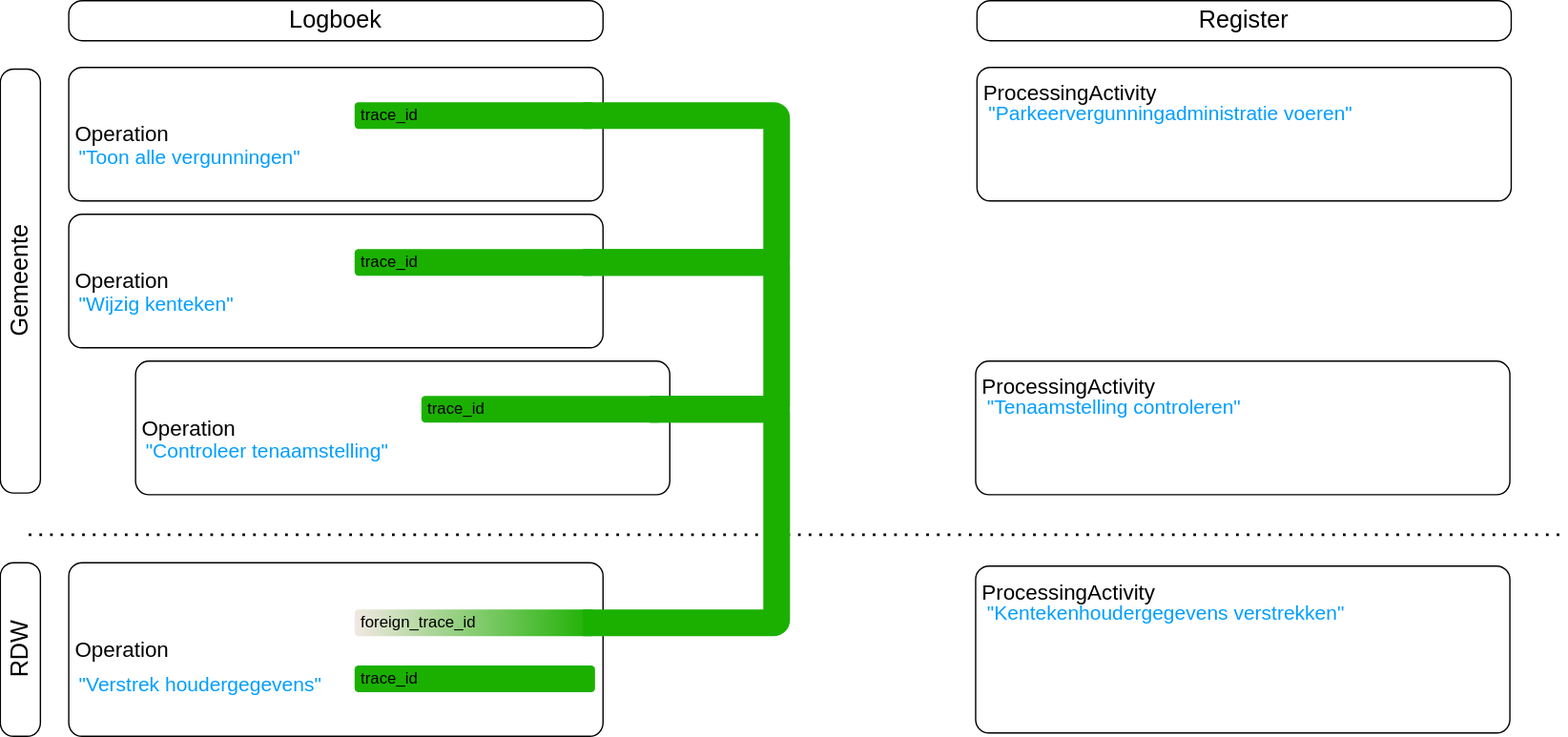
Above: media/relatie_logboekelementen_afbeelding12.svg in Logius-standaarden/logboek-dataverwerkingen-inleiding (draw.io), before the change. Source tidied: cells renumbered, new cells last; positions are measured from the earlier drawing's top-left corner, leaving out a move shared by most shapes. Source of this version:
```xml
<mxGraphModel>
  <root>
    <mxCell id="0" />
    <mxCell id="1" parent="0" />
    <mxCell id="2" value="Operation" style="rounded=1;whiteSpace=wrap;html=1;align=left;fontSize=16;spacing=5;absoluteArcSize=1;fillColor=none;" parent="1" vertex="1">
      <mxGeometry x="195" y="50" width="400" height="100" as="geometry" />
    </mxCell>
    <mxCell id="3" value="trace_id" style="rounded=1;whiteSpace=wrap;html=1;strokeColor=none;fillColor=#1BB000;points=[[0,0,0,0,0],[0,0.25,0,0,0],[0,0.75,0,0,0],[0,1,0,0,0],[0.05,0.5,0,0,0],[0.25,0,0,0,0],[0.25,1,0,0,0],[0.5,0,0,0,0],[0.5,1,0,0,0],[0.75,0,0,0,0],[0.75,1,0,0,0],[0.95,0.5,0,0,0],[1,0,0,0,0],[1,0.25,0,0,0],[1,0.75,0,0,0],[1,1,0,0,0]];align=left;spacing=5;" parent="1" vertex="1">
      <mxGeometry x="409" y="76" width="180" height="20" as="geometry" />
    </mxCell>
    <mxCell id="4" value="&quot;Toon alle vergunningen&quot;" style="text;html=1;align=left;verticalAlign=middle;whiteSpace=wrap;rounded=0;fontStyle=0;fontSize=15;fontColor=#009EFF;" parent="1" vertex="1">
      <mxGeometry x="201" y="102" width="204" height="30" as="geometry" />
    </mxCell>
    <mxCell id="5" value="Operation" style="rounded=1;whiteSpace=wrap;html=1;align=left;fontSize=16;spacing=5;absoluteArcSize=1;fillColor=none;" parent="1" vertex="1">
      <mxGeometry x="195" y="160" width="400" height="100" as="geometry" />
    </mxCell>
    <mxCell id="6" value="trace_id" style="rounded=1;whiteSpace=wrap;html=1;strokeColor=none;fillColor=#1BB000;points=[[0,0,0,0,0],[0,0.25,0,0,0],[0,0.75,0,0,0],[0,1,0,0,0],[0.05,0.5,0,0,0],[0.25,0,0,0,0],[0.25,1,0,0,0],[0.5,0,0,0,0],[0.5,1,0,0,0],[0.75,0,0,0,0],[0.75,1,0,0,0],[0.95,0.5,0,0,0],[1,0,0,0,0],[1,0.25,0,0,0],[1,0.75,0,0,0],[1,1,0,0,0]];align=left;spacing=5;" parent="1" vertex="1">
      <mxGeometry x="409" y="186" width="180" height="20" as="geometry" />
    </mxCell>
    <mxCell id="7" value="&quot;Wijzig kenteken&quot;" style="text;html=1;align=left;verticalAlign=middle;whiteSpace=wrap;rounded=0;fontStyle=0;fontSize=15;fontColor=#009EFF;" parent="1" vertex="1">
      <mxGeometry x="201" y="212" width="204" height="30" as="geometry" />
    </mxCell>
    <mxCell id="8" value="Operation" style="rounded=1;whiteSpace=wrap;html=1;align=left;fontSize=16;spacing=5;absoluteArcSize=1;fillColor=none;" parent="1" vertex="1">
      <mxGeometry x="245" y="270" width="400" height="100" as="geometry" />
    </mxCell>
    <mxCell id="9" value="trace_id" style="rounded=1;whiteSpace=wrap;html=1;strokeColor=none;fillColor=#1BB000;points=[[0,0,0,0,0],[0,0.25,0,0,0],[0,0.75,0,0,0],[0,1,0,0,0],[0.05,0.5,0,0,0],[0.25,0,0,0,0],[0.25,1,0,0,0],[0.5,0,0,0,0],[0.5,1,0,0,0],[0.75,0,0,0,0],[0.75,1,0,0,0],[0.95,0.5,0,0,0],[1,0,0,0,0],[1,0.25,0,0,0],[1,0.75,0,0,0],[1,1,0,0,0]];align=left;spacing=5;" parent="1" vertex="1">
      <mxGeometry x="459" y="296" width="180" height="20" as="geometry" />
    </mxCell>
    <mxCell id="10" value="&quot;Controleer tenaamstelling&quot;" style="text;html=1;align=left;verticalAlign=middle;whiteSpace=wrap;rounded=0;fontStyle=0;fontSize=15;fontColor=#009EFF;" parent="1" vertex="1">
      <mxGeometry x="251" y="322" width="204" height="30" as="geometry" />
    </mxCell>
    <mxCell id="11" value="Operation" style="rounded=1;whiteSpace=wrap;html=1;align=left;fontSize=16;spacing=5;absoluteArcSize=1;fillColor=none;" parent="1" vertex="1">
      <mxGeometry x="195" y="421" width="400" height="130" as="geometry" />
    </mxCell>
    <mxCell id="12" value="foreign_trace_id" style="rounded=1;whiteSpace=wrap;html=1;strokeColor=none;fillColor=#1BB000;points=[[0,0,0,0,0],[0,0.25,0,0,0],[0,0.75,0,0,0],[0,1,0,0,0],[0.05,0.5,0,0,0],[0.25,0,0,0,0],[0.25,1,0,0,0],[0.5,0,0,0,0],[0.5,1,0,0,0],[0.75,0,0,0,0],[0.75,1,0,0,0],[0.95,0.5,0,0,0],[1,0,0,0,0],[1,0.25,0,0,0],[1,0.75,0,0,0],[1,1,0,0,0]];align=left;spacing=5;gradientColor=#F1E8E2;gradientDirection=west;" parent="1" vertex="1">
      <mxGeometry x="409" y="456" width="180" height="20" as="geometry" />
    </mxCell>
    <mxCell id="13" value="&quot;Verstrek houdergegevens&quot;" style="text;html=1;align=left;verticalAlign=middle;whiteSpace=wrap;rounded=0;fontStyle=0;fontSize=15;fontColor=#009EFF;" parent="1" vertex="1">
      <mxGeometry x="201" y="497" width="204" height="30" as="geometry" />
    </mxCell>
    <mxCell id="14" style="edgeStyle=orthogonalEdgeStyle;rounded=1;jettySize=auto;html=1;entryX=0.95;entryY=0.5;entryDx=0;entryDy=0;entryPerimeter=0;endArrow=none;startFill=0;strokeWidth=20;exitX=0.95;exitY=0.5;exitDx=0;exitDy=0;exitPerimeter=0;strokeColor=#1BB000;curved=0;arcSize=5;" parent="1" edge="1" source="3" target="6">
      <mxGeometry relative="1" as="geometry">
        <Array as="points">
          <mxPoint x="725" y="86" />
          <mxPoint x="725" y="196" />
        </Array>
      </mxGeometry>
    </mxCell>
    <mxCell id="15" style="edgeStyle=orthogonalEdgeStyle;rounded=1;jettySize=auto;html=1;endArrow=none;startFill=0;strokeWidth=20;strokeColor=#1BB000;curved=0;arcSize=5;entryX=0.95;entryY=0.5;entryDx=0;entryDy=0;entryPerimeter=0;exitX=0.95;exitY=0.5;exitDx=0;exitDy=0;exitPerimeter=0;" parent="1" edge="1" source="6" target="9">
      <mxGeometry relative="1" as="geometry">
        <Array as="points">
          <mxPoint x="725" y="196" />
          <mxPoint x="725" y="306" />
        </Array>
      </mxGeometry>
    </mxCell>
    <mxCell id="16" value="ProcessingActivity" style="rounded=1;whiteSpace=wrap;html=1;align=left;fontSize=16;spacing=5;absoluteArcSize=1;verticalAlign=top;fillColor=none;" parent="1" vertex="1">
      <mxGeometry x="875" y="50" width="400" height="100" as="geometry" />
    </mxCell>
    <mxCell id="17" value="&quot;Parkeervergunningadministratie voeren&quot;" style="text;html=1;align=left;verticalAlign=middle;whiteSpace=wrap;rounded=0;fontStyle=0;fontSize=15;fontColor=#009EFF;" parent="1" vertex="1">
      <mxGeometry x="882" y="69" width="374" height="30" as="geometry" />
    </mxCell>
    <mxCell id="18" value="ProcessingActivity" style="rounded=1;whiteSpace=wrap;html=1;align=left;fontSize=16;spacing=5;absoluteArcSize=1;verticalAlign=top;fillColor=none;" parent="1" vertex="1">
      <mxGeometry x="874" y="270" width="400" height="100" as="geometry" />
    </mxCell>
    <mxCell id="19" value="&quot;Tenaamstelling controleren&quot;" style="text;html=1;align=left;verticalAlign=middle;whiteSpace=wrap;rounded=0;fontStyle=0;fontSize=15;fontColor=#009EFF;" parent="1" vertex="1">
      <mxGeometry x="881" y="289" width="374" height="30" as="geometry" />
    </mxCell>
    <mxCell id="20" value="ProcessingActivity" style="rounded=1;whiteSpace=wrap;html=1;align=left;fontSize=16;spacing=5;absoluteArcSize=1;verticalAlign=top;fillColor=none;" parent="1" vertex="1">
      <mxGeometry x="874" y="423.5" width="400" height="125" as="geometry" />
    </mxCell>
    <mxCell id="21" style="endArrow=none;dashed=1;html=1;dashPattern=1 3;strokeWidth=2;rounded=0;" parent="1" edge="1">
      <mxGeometry relative="1" as="geometry">
        <mxPoint x="165" y="400" as="sourcePoint" />
        <mxPoint x="1315" y="400" as="targetPoint" />
      </mxGeometry>
    </mxCell>
    <mxCell id="22" value="Gemeente" style="text;html=1;align=center;verticalAlign=middle;whiteSpace=wrap;rounded=1;rotation=-90;fontSize=18;fillColor=none;strokeColor=default;absoluteArcSize=1;" parent="1" vertex="1">
      <mxGeometry y="195" width="317.5" height="30" as="geometry" />
    </mxCell>
    <mxCell id="23" value="RDW" style="text;html=1;align=center;verticalAlign=middle;whiteSpace=wrap;rounded=1;rotation=-90;fontSize=18;fillColor=none;strokeColor=default;absoluteArcSize=1;" parent="1" vertex="1">
      <mxGeometry x="93.8" y="471" width="130" height="30" as="geometry" />
    </mxCell>
    <mxCell id="24" value="Logboek" style="text;html=1;align=center;verticalAlign=middle;whiteSpace=wrap;rounded=1;rotation=0;fontSize=18;fillColor=none;strokeColor=default;absoluteArcSize=1;" parent="1" vertex="1">
      <mxGeometry x="195" width="400" height="30" as="geometry" />
    </mxCell>
    <mxCell id="25" value="Register" style="text;html=1;align=center;verticalAlign=middle;whiteSpace=wrap;rounded=1;rotation=0;fontSize=18;fillColor=none;strokeColor=default;absoluteArcSize=1;" parent="1" vertex="1">
      <mxGeometry x="875" width="400" height="30" as="geometry" />
    </mxCell>
    <mxCell id="26" value="trace_id" style="rounded=1;whiteSpace=wrap;html=1;strokeColor=none;fillColor=#1BB000;align=left;spacing=5;" parent="1" vertex="1">
      <mxGeometry x="409" y="498" width="180" height="20" as="geometry" />
    </mxCell>
    <mxCell id="27" style="edgeStyle=orthogonalEdgeStyle;rounded=1;jettySize=auto;html=1;endArrow=none;startFill=0;strokeWidth=20;strokeColor=#1BB000;curved=0;arcSize=5;entryX=0.95;entryY=0.5;entryDx=0;entryDy=0;entryPerimeter=0;exitX=0.95;exitY=0.5;exitDx=0;exitDy=0;exitPerimeter=0;" parent="1" edge="1" source="9" target="12">
      <mxGeometry relative="1" as="geometry">
        <Array as="points">
          <mxPoint x="725" y="306" />
          <mxPoint x="725" y="466" />
        </Array>
      </mxGeometry>
    </mxCell>
    <mxCell id="28" value="&quot;Kentekenhoudergegevens verstrekken&quot;" style="text;html=1;align=left;verticalAlign=middle;whiteSpace=wrap;rounded=0;fontStyle=0;fontSize=15;fontColor=#009EFF;" parent="1" vertex="1">
      <mxGeometry x="881" y="442.5" width="374" height="30" as="geometry" />
    </mxCell>
  </root>
</mxGraphModel>
```
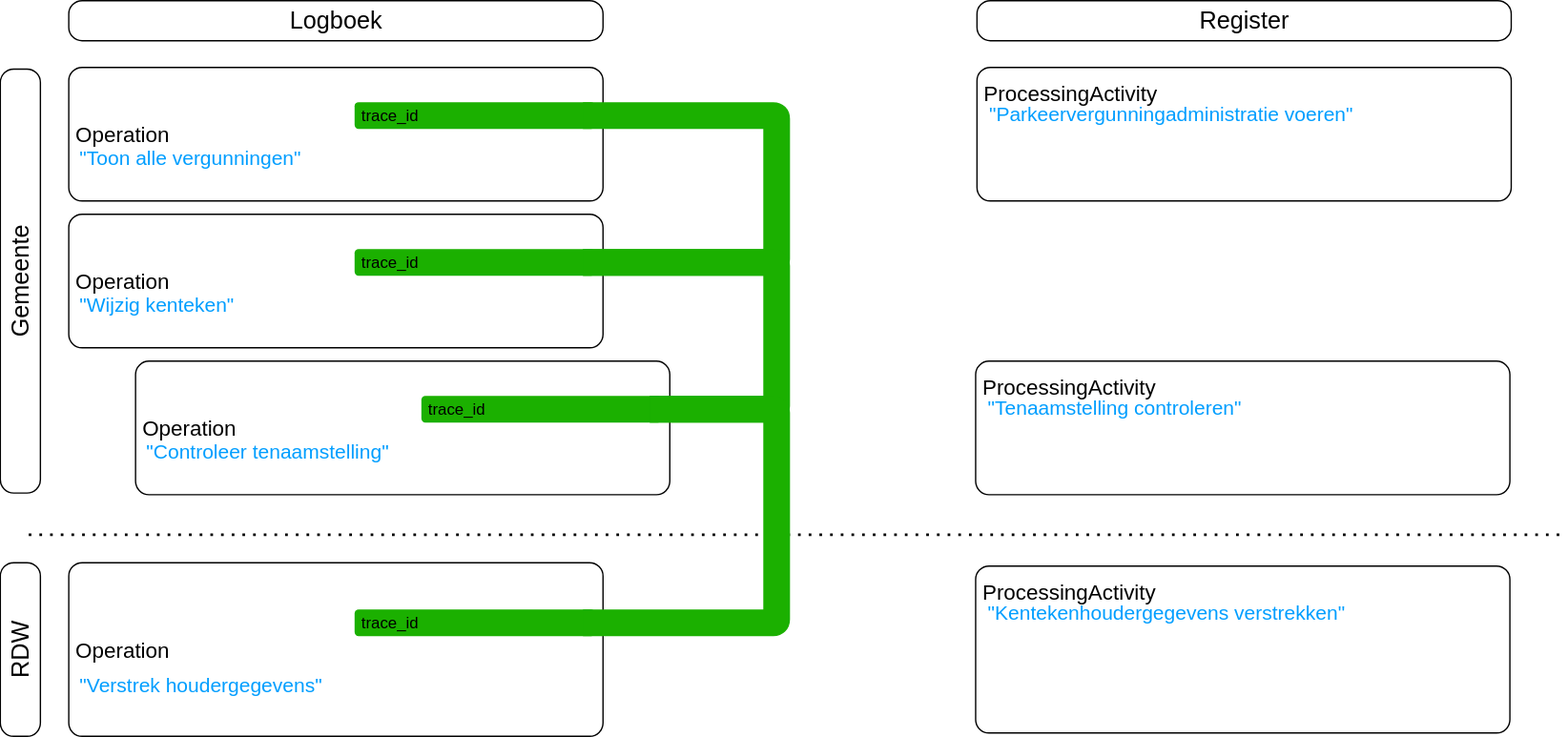
The same diagram one commit later.

Commit message:
Aanpassing Inleiding document: Verwijderen Foreign_TraceId (#39)

The edit, as a diff of the source:
```diff
@@ -32,7 +32,7 @@
     <mxCell id="11" value="Operation" style="rounded=1;whiteSpace=wrap;html=1;align=left;fontSize=16;spacing=5;absoluteArcSize=1;fillColor=none;" parent="1" vertex="1">
       <mxGeometry x="195" y="421" width="400" height="130" as="geometry" />
     </mxCell>
-    <mxCell id="12" value="foreign_trace_id" style="rounded=1;whiteSpace=wrap;html=1;strokeColor=none;fillColor=#1BB000;points=[[0,0,0,0,0],[0,0.25,0,0,0],[0,0.75,0,0,0],[0,1,0,0,0],[0.05,0.5,0,0,0],[0.25,0,0,0,0],[0.25,1,0,0,0],[0.5,0,0,0,0],[0.5,1,0,0,0],[0.75,0,0,0,0],[0.75,1,0,0,0],[0.95,0.5,0,0,0],[1,0,0,0,0],[1,0.25,0,0,0],[1,0.75,0,0,0],[1,1,0,0,0]];align=left;spacing=5;gradientColor=#F1E8E2;gradientDirection=west;" parent="1" vertex="1">
+    <mxCell id="12" value="trace_id" style="rounded=1;whiteSpace=wrap;html=1;strokeColor=none;fillColor=#1BB000;points=[[0,0,0,0,0],[0,0.25,0,0,0],[0,0.75,0,0,0],[0,1,0,0,0],[0.05,0.5,0,0,0],[0.25,0,0,0,0],[0.25,1,0,0,0],[0.5,0,0,0,0],[0.5,1,0,0,0],[0.75,0,0,0,0],[0.75,1,0,0,0],[0.95,0.5,0,0,0],[1,0,0,0,0],[1,0.25,0,0,0],[1,0.75,0,0,0],[1,1,0,0,0]];align=left;spacing=5;gradientColor=none;gradientDirection=west;" parent="1" vertex="1">
       <mxGeometry x="409" y="456" width="180" height="20" as="geometry" />
     </mxCell>
     <mxCell id="13" value="&quot;Verstrek houdergegevens&quot;" style="text;html=1;align=left;verticalAlign=middle;whiteSpace=wrap;rounded=0;fontStyle=0;fontSize=15;fontColor=#009EFF;" parent="1" vertex="1">
@@ -87,9 +87,6 @@
     <mxCell id="25" value="Register" style="text;html=1;align=center;verticalAlign=middle;whiteSpace=wrap;rounded=1;rotation=0;fontSize=18;fillColor=none;strokeColor=default;absoluteArcSize=1;" parent="1" vertex="1">
       <mxGeometry x="875" width="400" height="30" as="geometry" />
     </mxCell>
-    <mxCell id="26" value="trace_id" style="rounded=1;whiteSpace=wrap;html=1;strokeColor=none;fillColor=#1BB000;align=left;spacing=5;" parent="1" vertex="1">
-      <mxGeometry x="409" y="498" width="180" height="20" as="geometry" />
-    </mxCell>
     <mxCell id="27" style="edgeStyle=orthogonalEdgeStyle;rounded=1;jettySize=auto;html=1;endArrow=none;startFill=0;strokeWidth=20;strokeColor=#1BB000;curved=0;arcSize=5;entryX=0.95;entryY=0.5;entryDx=0;entryDy=0;entryPerimeter=0;exitX=0.95;exitY=0.5;exitDx=0;exitDy=0;exitPerimeter=0;" parent="1" edge="1" source="9" target="12">
       <mxGeometry relative="1" as="geometry">
         <Array as="points">
```
